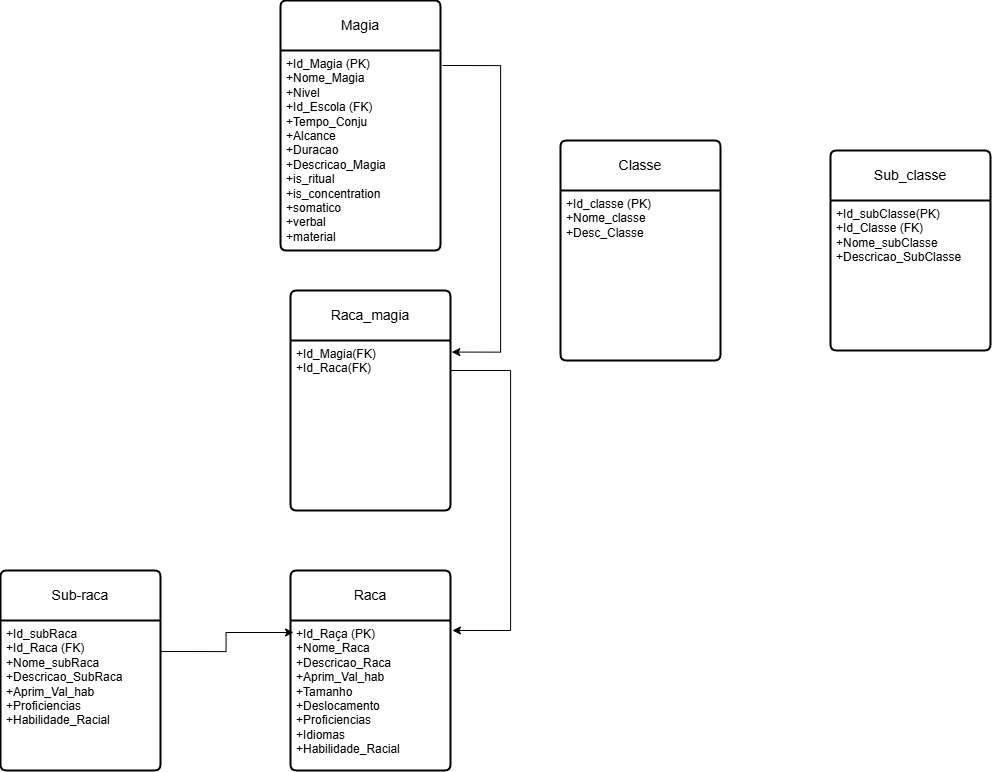
VitorFonseca123/DnD-RPG keeps this draw.io diagram as magias.drawio.png. Above is the earlier version. Source tidied: cells renumbered, new cells last; positions are measured from the earlier drawing's top-left corner, leaving out a move shared by most shapes.
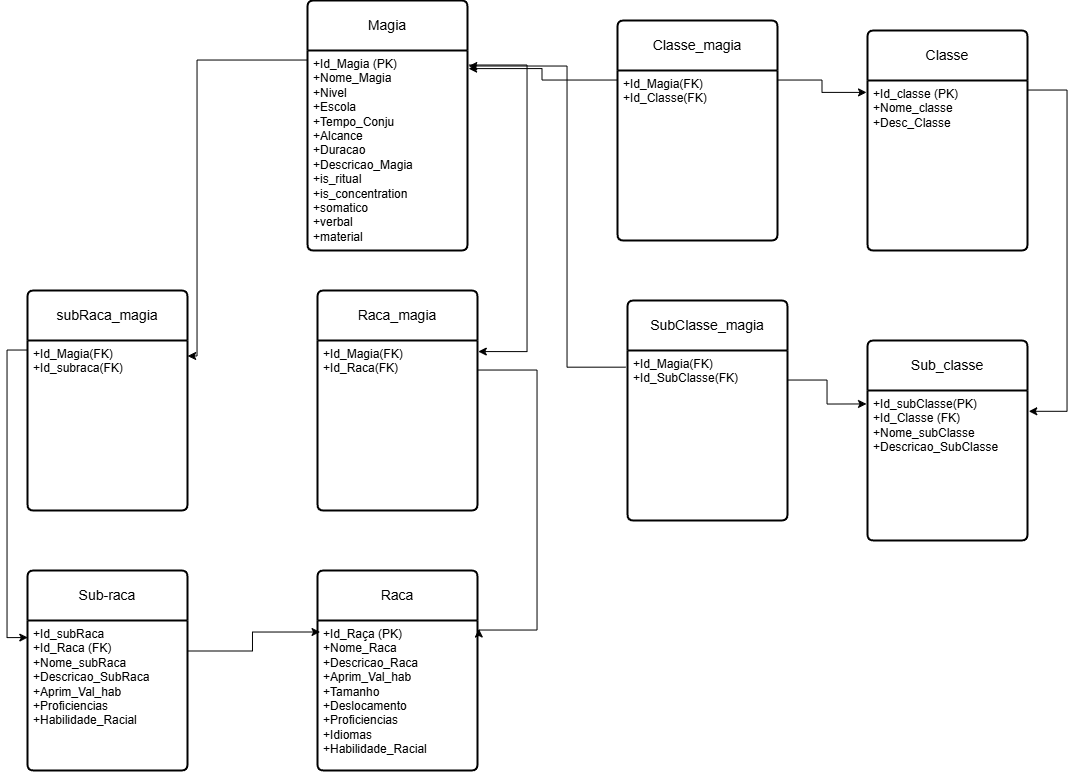
After the change.

Commit message:
adiciona tabelas

Diff of the diagram source:
```diff
@@ -5,7 +5,7 @@
     <mxCell id="2" value="Magia" style="swimlane;horizontal=1;startSize=50;rounded=1;fontSize=14;fontStyle=0;strokeWidth=2;shadow=0;dashed=0;align=center;arcSize=4;whiteSpace=wrap;html=1;" parent="1" vertex="1">
       <mxGeometry x="280" width="160" height="250" as="geometry" />
     </mxCell>
-    <mxCell id="3" value="+Id_Magia (PK)&lt;br&gt;+Nome_Magia&lt;div&gt;+Nivel&lt;/div&gt;&lt;div&gt;+Id_Escola (FK)&lt;br&gt;+Tempo_Conju&amp;nbsp;&lt;div&gt;+Alcance&lt;/div&gt;&lt;div&gt;+Duracao&lt;/div&gt;&lt;div&gt;+Descricao_Magia&lt;/div&gt;&lt;/div&gt;&lt;div&gt;+is_ritual&lt;/div&gt;&lt;div&gt;+is_concentration&lt;/div&gt;&lt;div&gt;+somatico&lt;/div&gt;&lt;div&gt;+verbal&lt;/div&gt;&lt;div&gt;+material&lt;/div&gt;" style="align=left;strokeColor=none;fillColor=none;spacingLeft=4;spacingRight=4;fontSize=12;verticalAlign=top;html=1;whiteSpace=wrap;" parent="2" vertex="1">
+    <mxCell id="3" value="+Id_Magia (PK)&lt;br&gt;+Nome_Magia&lt;div&gt;+Nivel&lt;/div&gt;&lt;div&gt;+Escola&lt;/div&gt;&lt;div&gt;+Tempo_Conju&amp;nbsp;&lt;div&gt;+Alcance&lt;/div&gt;&lt;div&gt;+Duracao&lt;/div&gt;&lt;div&gt;+Descricao_Magia&lt;/div&gt;&lt;/div&gt;&lt;div&gt;+is_ritual&lt;/div&gt;&lt;div&gt;+is_concentration&lt;/div&gt;&lt;div&gt;+somatico&lt;/div&gt;&lt;div&gt;+verbal&lt;/div&gt;&lt;div&gt;+material&lt;/div&gt;" style="align=left;strokeColor=none;fillColor=none;spacingLeft=4;spacingRight=4;fontSize=12;verticalAlign=top;html=1;whiteSpace=wrap;" parent="2" vertex="1">
       <mxGeometry y="50" width="160" height="200" as="geometry" />
     </mxCell>
     <mxCell id="4" value="Raca" style="swimlane;horizontal=1;startSize=50;rounded=1;fontSize=14;fontStyle=0;strokeWidth=2;shadow=0;dashed=0;align=center;arcSize=4;whiteSpace=wrap;html=1;rotation=0;" parent="1" vertex="1">
@@ -32,13 +32,13 @@
       <mxGeometry y="50" width="160" height="170" as="geometry" />
     </mxCell>
     <mxCell id="11" value="Classe" style="swimlane;horizontal=1;startSize=50;rounded=1;fontSize=14;fontStyle=0;strokeWidth=2;shadow=0;dashed=0;align=center;arcSize=4;whiteSpace=wrap;html=1;" parent="1" vertex="1">
-      <mxGeometry x="560" y="140" width="160" height="220" as="geometry" />
+      <mxGeometry x="840" y="30" width="160" height="220" as="geometry" />
     </mxCell>
     <mxCell id="12" value="+Id_classe (PK)&lt;br&gt;+Nome_classe&lt;div&gt;+Desc_Classe&lt;br&gt;&lt;div&gt;&lt;br&gt;&lt;/div&gt;&lt;/div&gt;" style="align=left;strokeColor=none;fillColor=none;spacingLeft=4;spacingRight=4;fontSize=12;verticalAlign=top;html=1;whiteSpace=wrap;" parent="11" vertex="1">
       <mxGeometry y="50" width="160" height="170" as="geometry" />
     </mxCell>
     <mxCell id="13" value="Sub_classe" style="swimlane;horizontal=1;startSize=50;rounded=1;fontSize=14;fontStyle=0;strokeWidth=2;shadow=0;dashed=0;align=center;arcSize=4;whiteSpace=wrap;html=1;rotation=0;" parent="1" vertex="1">
-      <mxGeometry x="830" y="150" width="160" height="200" as="geometry" />
+      <mxGeometry x="840" y="340" width="160" height="200" as="geometry" />
     </mxCell>
     <mxCell id="14" value="+Id_subClasse(PK)&lt;div&gt;+Id_Classe (FK)&lt;br&gt;&lt;div&gt;+Nome_subClasse&lt;br&gt;+Descricao_SubClasse&lt;br&gt;&lt;br&gt;&lt;/div&gt;&lt;/div&gt;" style="align=left;strokeColor=none;fillColor=none;spacingLeft=4;spacingRight=4;fontSize=12;verticalAlign=top;html=1;whiteSpace=wrap;" parent="13" vertex="1">
       <mxGeometry y="50" width="160" height="150" as="geometry" />
@@ -60,5 +60,79 @@
         </Array>
       </mxGeometry>
     </mxCell>
+    <mxCell id="17" value="subRaca_magia" style="swimlane;horizontal=1;startSize=50;rounded=1;fontSize=14;fontStyle=0;strokeWidth=2;shadow=0;dashed=0;align=center;arcSize=4;whiteSpace=wrap;html=1;" parent="1" vertex="1">
+      <mxGeometry y="290" width="160" height="220" as="geometry" />
+    </mxCell>
+    <mxCell id="18" value="+Id_Magia(FK)&lt;div&gt;+Id_subraca(FK)&lt;/div&gt;" style="align=left;strokeColor=none;fillColor=none;spacingLeft=4;spacingRight=4;fontSize=12;verticalAlign=top;html=1;whiteSpace=wrap;" parent="17" vertex="1">
+      <mxGeometry y="50" width="160" height="170" as="geometry" />
+    </mxCell>
+    <mxCell id="19" style="edgeStyle=orthogonalEdgeStyle;rounded=0;jettySize=auto;html=1;entryX=1.004;entryY=0.094;entryDx=0;entryDy=0;entryPerimeter=0;" parent="1" edge="1" source="3" target="18">
+      <mxGeometry relative="1" as="geometry">
+        <Array as="points">
+          <mxPoint x="170" y="60" />
+          <mxPoint x="170" y="356" />
+        </Array>
+      </mxGeometry>
+    </mxCell>
+    <mxCell id="20" style="edgeStyle=orthogonalEdgeStyle;rounded=0;jettySize=auto;html=1;entryX=0.005;entryY=0.117;entryDx=0;entryDy=0;entryPerimeter=0;" parent="1" edge="1" source="18" target="7">
+      <mxGeometry relative="1" as="geometry">
+        <Array as="points">
+          <mxPoint x="-20" y="350" />
+          <mxPoint x="-20" y="638" />
+        </Array>
+      </mxGeometry>
+    </mxCell>
+    <mxCell id="21" style="edgeStyle=orthogonalEdgeStyle;rounded=0;jettySize=auto;html=1;entryX=1.011;entryY=0.142;entryDx=0;entryDy=0;entryPerimeter=0;" parent="1" edge="1" source="12" target="14">
+      <mxGeometry relative="1" as="geometry">
+        <Array as="points">
+          <mxPoint x="1040" y="90" />
+          <mxPoint x="1040" y="411" />
+        </Array>
+      </mxGeometry>
+    </mxCell>
+    <mxCell id="22" value="Classe_magia" style="swimlane;horizontal=1;startSize=50;rounded=1;fontSize=14;fontStyle=0;strokeWidth=2;shadow=0;dashed=0;align=center;arcSize=4;whiteSpace=wrap;html=1;" parent="1" vertex="1">
+      <mxGeometry x="590" y="20" width="160" height="220" as="geometry" />
+    </mxCell>
+    <mxCell id="23" value="+Id_Magia(FK)&lt;div&gt;+Id_Classe(FK)&lt;/div&gt;" style="align=left;strokeColor=none;fillColor=none;spacingLeft=4;spacingRight=4;fontSize=12;verticalAlign=top;html=1;whiteSpace=wrap;" parent="22" vertex="1">
+      <mxGeometry y="50" width="160" height="170" as="geometry" />
+    </mxCell>
+    <mxCell id="24" style="edgeStyle=orthogonalEdgeStyle;rounded=0;jettySize=auto;html=1;entryX=-0.003;entryY=0.073;entryDx=0;entryDy=0;entryPerimeter=0;" parent="1" edge="1" source="23" target="12">
+      <mxGeometry relative="1" as="geometry">
+        <Array as="points">
+          <mxPoint x="795" y="80" />
+          <mxPoint x="795" y="92" />
+        </Array>
+      </mxGeometry>
+    </mxCell>
+    <mxCell id="25" style="edgeStyle=orthogonalEdgeStyle;rounded=0;jettySize=auto;html=1;entryX=1.01;entryY=0.093;entryDx=0;entryDy=0;entryPerimeter=0;" parent="1" edge="1" source="23" target="3">
+      <mxGeometry relative="1" as="geometry">
+        <Array as="points">
+          <mxPoint x="515" y="80" />
+          <mxPoint x="515" y="69" />
+        </Array>
+      </mxGeometry>
+    </mxCell>
+    <mxCell id="26" value="SubClasse_magia" style="swimlane;horizontal=1;startSize=50;rounded=1;fontSize=14;fontStyle=0;strokeWidth=2;shadow=0;dashed=0;align=center;arcSize=4;whiteSpace=wrap;html=1;" parent="1" vertex="1">
+      <mxGeometry x="600" y="300" width="160" height="220" as="geometry" />
+    </mxCell>
+    <mxCell id="27" value="+Id_Magia(FK)&lt;div&gt;+Id_SubClasse(FK)&lt;/div&gt;" style="align=left;strokeColor=none;fillColor=none;spacingLeft=4;spacingRight=4;fontSize=12;verticalAlign=top;html=1;whiteSpace=wrap;" parent="26" vertex="1">
+      <mxGeometry y="50" width="160" height="170" as="geometry" />
+    </mxCell>
+    <mxCell id="28" style="edgeStyle=orthogonalEdgeStyle;rounded=0;jettySize=auto;html=1;entryX=-0.003;entryY=0.093;entryDx=0;entryDy=0;entryPerimeter=0;" parent="1" edge="1" source="27" target="14">
+      <mxGeometry relative="1" as="geometry">
+        <Array as="points">
+          <mxPoint x="800" y="380" />
+          <mxPoint x="800" y="404" />
+        </Array>
+      </mxGeometry>
+    </mxCell>
+    <mxCell id="29" style="edgeStyle=orthogonalEdgeStyle;rounded=0;jettySize=auto;html=1;exitX=-0.009;exitY=0.101;exitDx=0;exitDy=0;entryX=1.011;entryY=0.08;entryDx=0;entryDy=0;entryPerimeter=0;exitPerimeter=0;" parent="1" edge="1" source="27" target="3">
+      <mxGeometry relative="1" as="geometry">
+        <Array as="points">
+          <mxPoint x="540" y="367" />
+          <mxPoint x="540" y="66" />
+        </Array>
+      </mxGeometry>
+    </mxCell>
   </root>
 </mxGraphModel>
```
